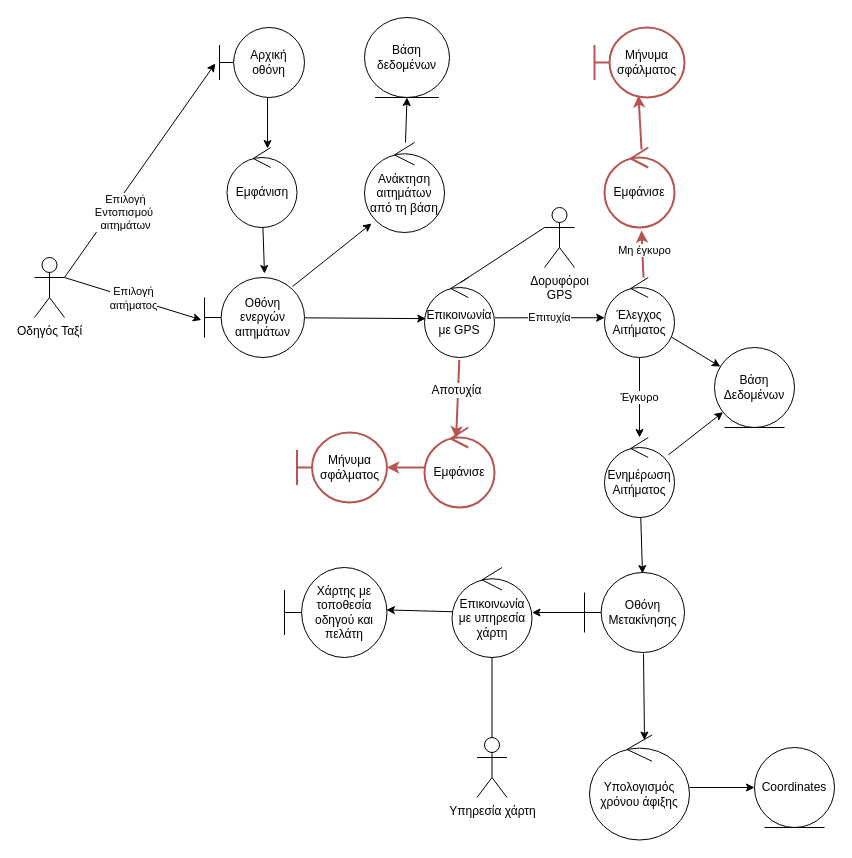
The draw.io diagram Part_2/Robustness/diagrams/08_Αποδοχή_Αιτήματος_Ταξί.drawio in Nikolis2002/texnoligia_logismikou, before the edit. Source tidied: cells renumbered, new cells numbered last; positions are measured from the earlier drawing's top-left corner, leaving out a move shared by most shapes. Both pictures are drawn from the tidied source at 100%, with x=0, y=0 at pixel (34, 17).
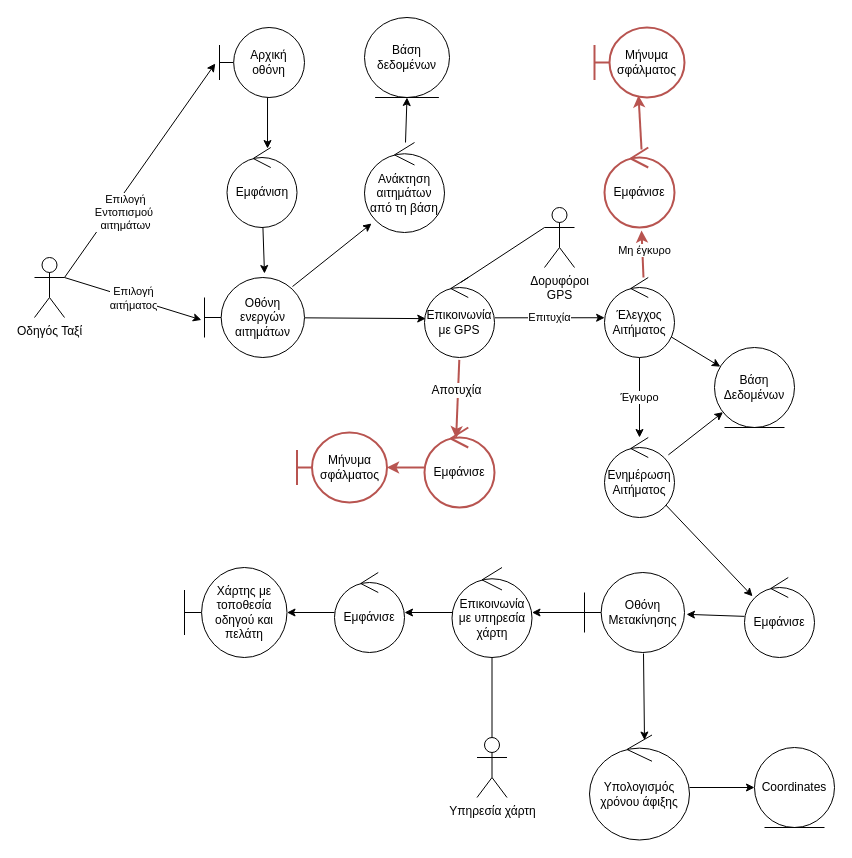
After the change.

Unchanged cells that the change refers to:
```xml
<mxCell id="16" value="Ενημέρωση Αιτήματος" style="ellipse;shape=umlControl;whiteSpace=wrap;html=1;" parent="1" vertex="1">
  <mxGeometry x="570" y="420" width="70" height="80" as="geometry" />
</mxCell>
<mxCell id="36" value="Επικοινωνία με υπηρεσία χάρτη" style="ellipse;shape=umlControl;whiteSpace=wrap;html=1;" parent="1" vertex="1">
  <mxGeometry x="417.5" y="550" width="80" height="90" as="geometry" />
</mxCell>
<mxCell id="45" value="Οθόνη Μετακίνησης" style="shape=umlBoundary;whiteSpace=wrap;html=1;" parent="1" vertex="1">
  <mxGeometry x="550" y="555" width="100" height="80" as="geometry" />
</mxCell>
```

What changed in the source:
```diff
@@
-    <mxCell id="15" style="edgeStyle=none;html=1;endArrow=classic;endFill=1;entryX=0.58;entryY=0.013;entryDx=0;entryDy=0;entryPerimeter=0;" parent="1" edge="1" source="16" target="45">
+    <mxCell id="15" style="edgeStyle=none;html=1;endArrow=classic;endFill=1;entryX=0.115;entryY=0.235;entryDx=0;entryDy=0;entryPerimeter=0;" parent="1" edge="1" source="16" target="50">
       <mxGeometry relative="1" as="geometry" />
     </mxCell>
@@
-    <mxCell id="35" style="edgeStyle=none;html=1;entryX=0.994;entryY=0.471;entryDx=0;entryDy=0;entryPerimeter=0;" parent="1" edge="1" source="36" target="46">
-      <mxGeometry relative="1" as="geometry" />
-    </mxCell>
+    <mxCell id="47" style="edgeStyle=none;html=1;" parent="1" edge="1" source="36" target="35">
+      <mxGeometry relative="1" as="geometry" />
+    </mxCell>
@@
     <mxCell id="46" value="Χάρτης με τοποθεσία οδηγού και πελάτη" style="shape=umlBoundary;whiteSpace=wrap;html=1;" parent="1" vertex="1">
-      <mxGeometry x="250" y="550" width="102.5" height="90" as="geometry" />
+      <mxGeometry x="150" y="550" width="102.5" height="90" as="geometry" />
     </mxCell>
+    <mxCell id="48" style="edgeStyle=none;html=1;" parent="1" edge="1" source="35" target="46">
+      <mxGeometry relative="1" as="geometry" />
+    </mxCell>
+    <mxCell id="35" value="Εμφάνισε" style="ellipse;shape=umlControl;whiteSpace=wrap;html=1;" parent="1" vertex="1">
+      <mxGeometry x="300" y="555" width="70" height="80" as="geometry" />
+    </mxCell>
+    <mxCell id="49" style="edgeStyle=none;html=1;entryX=1.02;entryY=0.523;entryDx=0;entryDy=0;entryPerimeter=0;" parent="1" edge="1" source="50" target="45">
+      <mxGeometry relative="1" as="geometry" />
+    </mxCell>
+    <mxCell id="50" value="Εμφάνισε" style="ellipse;shape=umlControl;whiteSpace=wrap;html=1;" parent="1" vertex="1">
+      <mxGeometry x="710" y="560" width="70" height="80" as="geometry" />
+    </mxCell>
```
